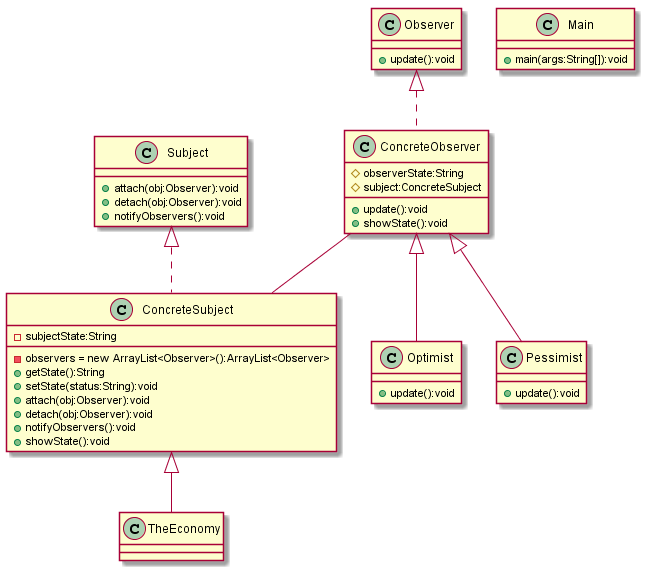
pavanaachar/202 keeps this PlantUML diagram as PersonalProject/Outputs/sequence.png. Above is the earlier version.
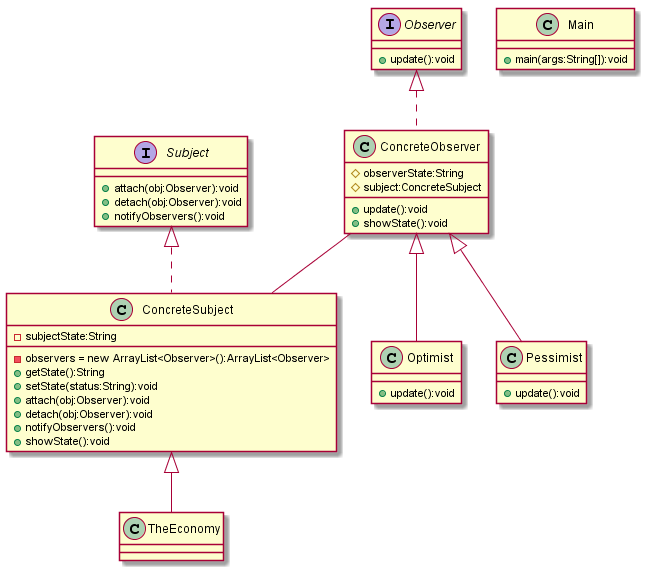
After the commit.

Commit message:
fixed: incorrectly displaying class instead of interface

Diff of the diagram source:
```diff
@@ -35,8 +35,8 @@
 class TheEconomy{
 }
 class ConcreteObserver--class ConcreteSubject
-class Subject<|..interface ConcreteSubject
-class Observer<|..interface ConcreteObserver
+interface Subject<|..class ConcreteSubject
+interface Observer<|..class ConcreteObserver
 class ConcreteObserver<|--class Optimist
 class ConcreteSubject<|--class TheEconomy
 class ConcreteObserver<|--class Pessimist
```
